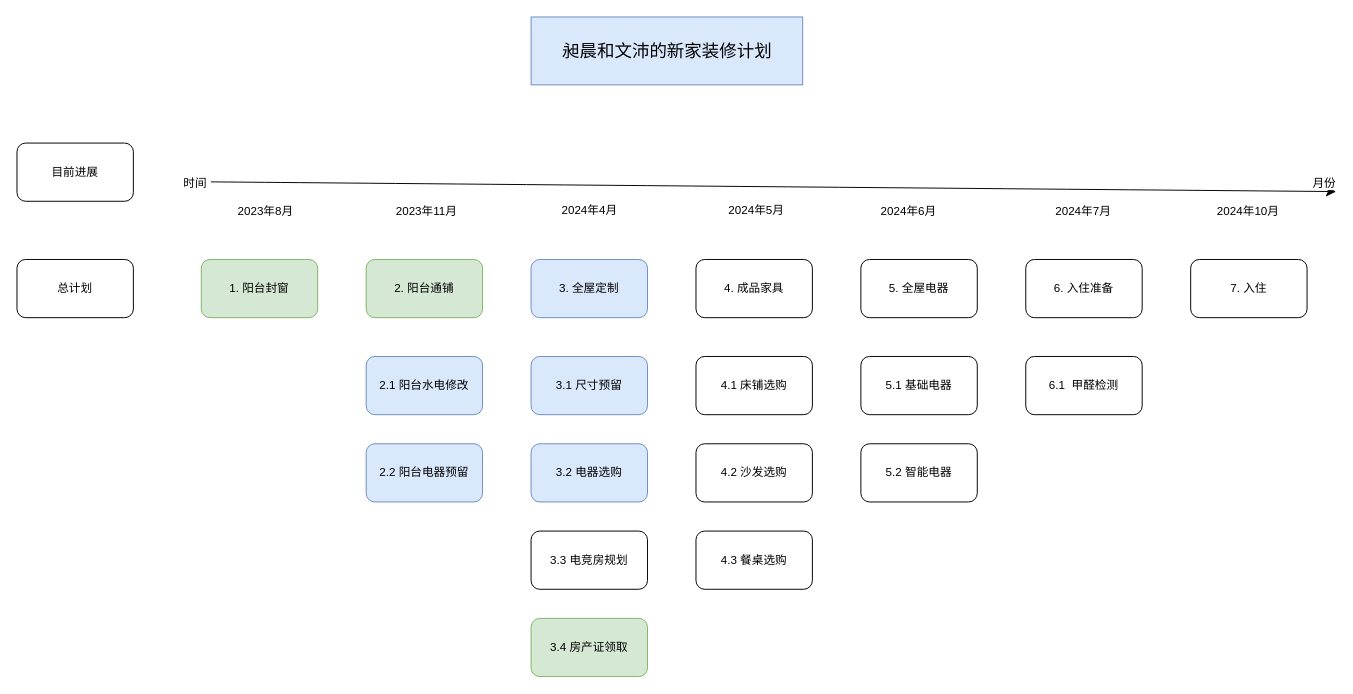
liuminjit/Diary keeps this draw.io diagram as page "总规划" (1 of 2) of newHome.drawio. Above is the earlier version. Source tidied: cells renumbered, new cells numbered last; positions are measured from the earlier drawing's top-left corner, leaving out a move shared by most shapes. Both pictures are drawn from the tidied source at 97%, with x=0, y=0 at pixel (16, 16).
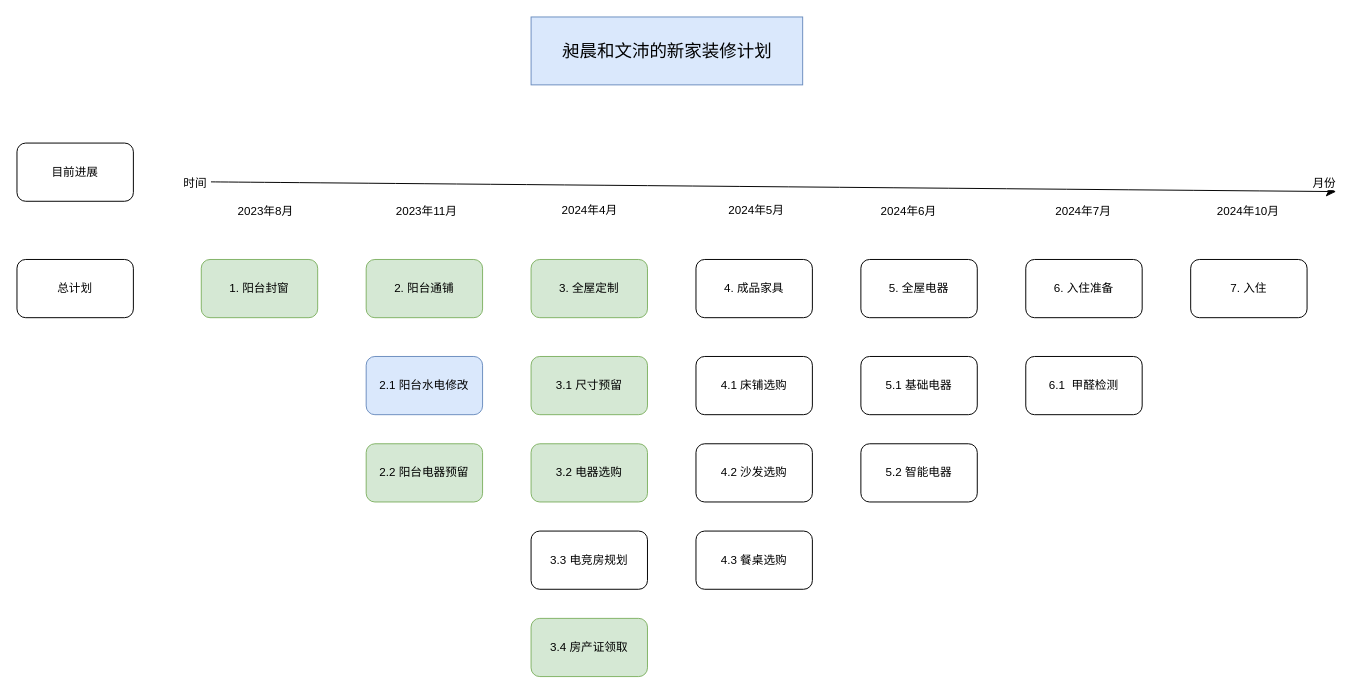
The same page after the edit.

Change to the diagram source:
```diff
@@
-    <mxCell id="7" value="3. 全屋定制" style="rounded=1;whiteSpace=wrap;html=1;fillColor=#dae8fc;strokeColor=#6c8ebf;" parent="1" vertex="1">
+    <mxCell id="7" value="3. 全屋定制" style="rounded=1;whiteSpace=wrap;html=1;fillColor=#d5e8d4;strokeColor=#82b366;" parent="1" vertex="1">
       <mxGeometry x="530" y="250" width="120" height="60" as="geometry" />
     </mxCell>
@@
-    <mxCell id="12" value="2.2 阳台电器预留" style="rounded=1;whiteSpace=wrap;html=1;fillColor=#dae8fc;strokeColor=#6c8ebf;" parent="1" vertex="1">
+    <mxCell id="12" value="2.2 阳台电器预留" style="rounded=1;whiteSpace=wrap;html=1;fillColor=#d5e8d4;strokeColor=#82b366;" parent="1" vertex="1">
       <mxGeometry x="360" y="440" width="120" height="60" as="geometry" />
     </mxCell>
@@
-    <mxCell id="14" value="3.1 尺寸预留" style="rounded=1;whiteSpace=wrap;html=1;fillColor=#dae8fc;strokeColor=#6c8ebf;" parent="1" vertex="1">
+    <mxCell id="14" value="3.1 尺寸预留" style="rounded=1;whiteSpace=wrap;html=1;fillColor=#d5e8d4;strokeColor=#82b366;" parent="1" vertex="1">
       <mxGeometry x="530" y="350" width="120" height="60" as="geometry" />
     </mxCell>
-    <mxCell id="15" value="3.2 电器选购" style="rounded=1;whiteSpace=wrap;html=1;fillColor=#dae8fc;strokeColor=#6c8ebf;" parent="1" vertex="1">
+    <mxCell id="15" value="3.2 电器选购" style="rounded=1;whiteSpace=wrap;html=1;fillColor=#d5e8d4;strokeColor=#82b366;" parent="1" vertex="1">
       <mxGeometry x="530" y="440" width="120" height="60" as="geometry" />
     </mxCell>
```
